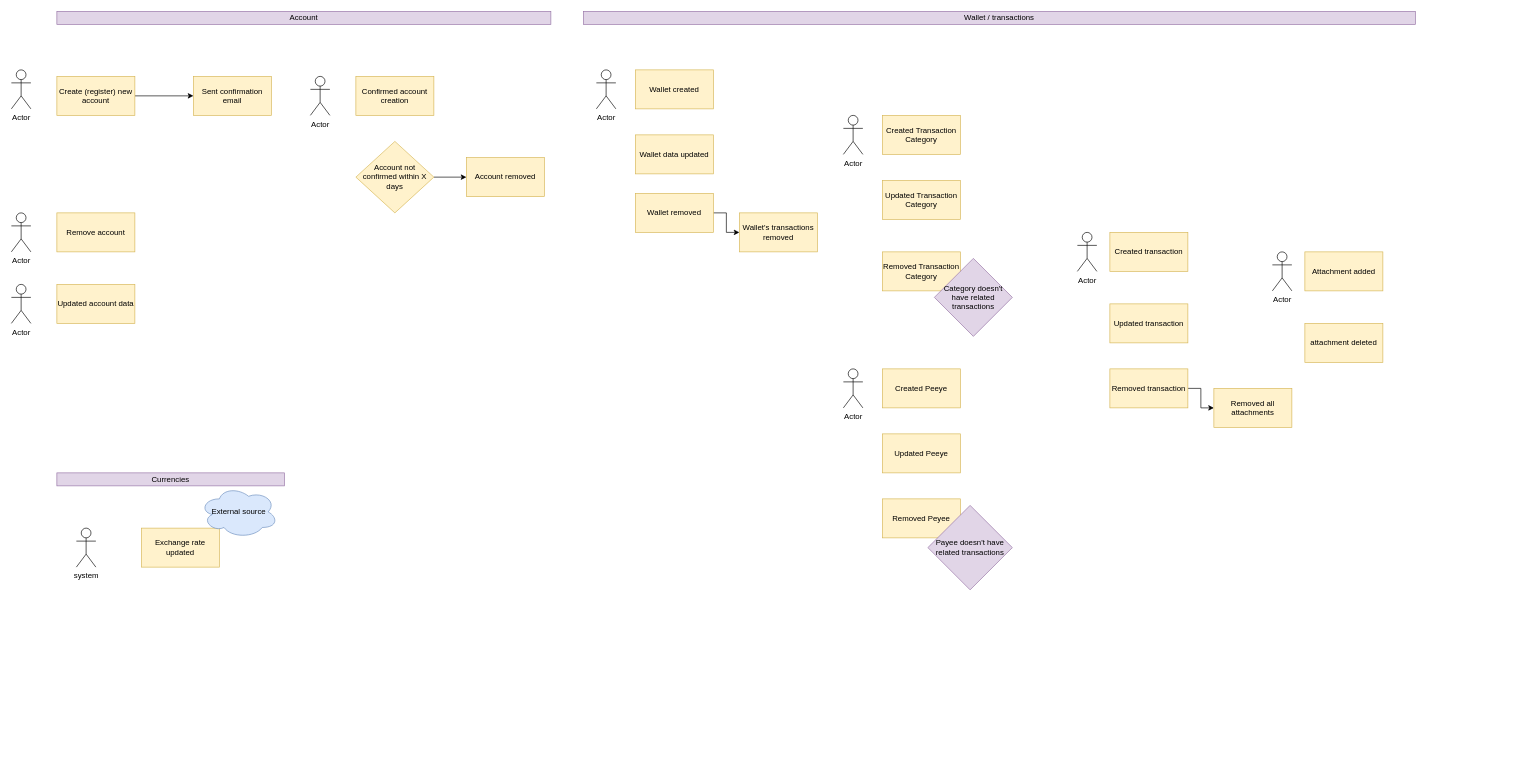
The draw.io diagram page "Features" (2 of 2) of docs/diagrams.drawio in GrPe/Overmoney, before the edit. Source tidied: cells renumbered, new cells numbered last; positions are measured from the earlier drawing's top-left corner, leaving out a move shared by most shapes. Both pictures are drawn from the tidied source at 65%, with x=0, y=0 at pixel (11, 11).
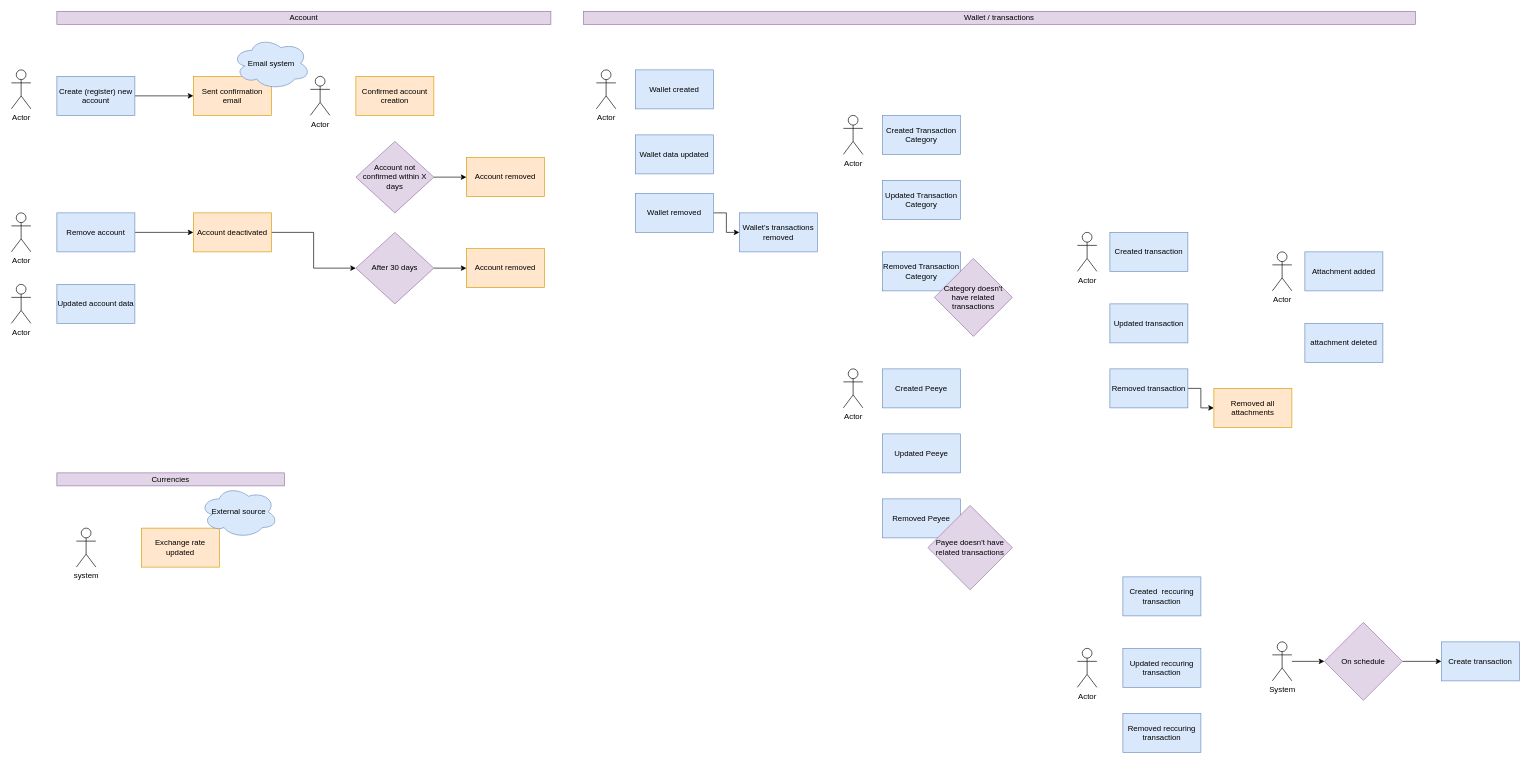
The same page after the edit.

Diff of the diagram source:
```diff
@@
-    <mxCell id="3" value="Create (register) new account" style="rounded=0;whiteSpace=wrap;html=1;fillColor=#fff2cc;strokeColor=#d6b656;" parent="1" vertex="1">
+    <mxCell id="3" value="Create (register) new account" style="rounded=0;whiteSpace=wrap;html=1;fillColor=#dae8fc;strokeColor=#6c8ebf;" parent="1" vertex="1">
       <mxGeometry x="70" y="100" width="120" height="60" as="geometry" />
     </mxCell>
@@
+    <mxCell id="46" style="edgeStyle=orthogonalEdgeStyle;rounded=0;jettySize=auto;html=1;entryX=0;entryY=0.5;entryDx=0;entryDy=0;" parent="1" edge="1" source="5" target="49">
+      <mxGeometry relative="1" as="geometry" />
+    </mxCell>
-    <mxCell id="5" value="Remove account" style="rounded=0;whiteSpace=wrap;html=1;fillColor=#fff2cc;strokeColor=#d6b656;" parent="1" vertex="1">
+    <mxCell id="5" value="Remove account" style="rounded=0;whiteSpace=wrap;html=1;fillColor=#dae8fc;strokeColor=#6c8ebf;" parent="1" vertex="1">
       <mxGeometry x="70" y="310" width="120" height="60" as="geometry" />
     </mxCell>
-    <mxCell id="6" value="Sent confirmation email" style="rounded=0;whiteSpace=wrap;html=1;fillColor=#fff2cc;strokeColor=#d6b656;" parent="1" vertex="1">
+    <mxCell id="6" value="Sent confirmation email" style="rounded=0;whiteSpace=wrap;html=1;fillColor=#ffe6cc;strokeColor=#d79b00;" parent="1" vertex="1">
       <mxGeometry x="280" y="100" width="120" height="60" as="geometry" />
     </mxCell>
-    <mxCell id="7" value="Confirmed account creation" style="rounded=0;whiteSpace=wrap;html=1;fillColor=#fff2cc;strokeColor=#d6b656;" parent="1" vertex="1">
+    <mxCell id="7" value="Confirmed account creation" style="rounded=0;whiteSpace=wrap;html=1;fillColor=#ffe6cc;strokeColor=#d79b00;" parent="1" vertex="1">
       <mxGeometry x="530" y="100" width="120" height="60" as="geometry" />
     </mxCell>
@@
-    <mxCell id="9" value="Account removed" style="rounded=0;whiteSpace=wrap;html=1;fillColor=#fff2cc;strokeColor=#d6b656;" parent="1" vertex="1">
+    <mxCell id="9" value="Account removed" style="rounded=0;whiteSpace=wrap;html=1;fillColor=#ffe6cc;strokeColor=#d79b00;" parent="1" vertex="1">
       <mxGeometry x="700" y="225" width="120" height="60" as="geometry" />
     </mxCell>
-    <mxCell id="10" value="Updated account data" style="rounded=0;whiteSpace=wrap;html=1;fillColor=#fff2cc;strokeColor=#d6b656;" parent="1" vertex="1">
+    <mxCell id="10" value="Updated account data" style="rounded=0;whiteSpace=wrap;html=1;fillColor=#dae8fc;strokeColor=#6c8ebf;" parent="1" vertex="1">
       <mxGeometry x="70" y="420" width="120" height="60" as="geometry" />
     </mxCell>
@@
-    <mxCell id="13" value="Account not confirmed within X days" style="rhombus;whiteSpace=wrap;html=1;fillColor=#fff2cc;strokeColor=#d6b656;" parent="1" vertex="1">
+    <mxCell id="13" value="Account not confirmed within X days" style="rhombus;whiteSpace=wrap;html=1;fillColor=#e1d5e7;strokeColor=#9673a6;" parent="1" vertex="1">
       <mxGeometry x="530" y="200" width="120" height="110" as="geometry" />
     </mxCell>
@@
-    <mxCell id="16" value="Wallet created" style="rounded=0;whiteSpace=wrap;html=1;fillColor=#fff2cc;strokeColor=#d6b656;" parent="1" vertex="1">
+    <mxCell id="16" value="Wallet created" style="rounded=0;whiteSpace=wrap;html=1;fillColor=#dae8fc;strokeColor=#6c8ebf;" parent="1" vertex="1">
       <mxGeometry x="960" y="90" width="120" height="60" as="geometry" />
     </mxCell>
@@
-    <mxCell id="19" value="Wallet removed" style="rounded=0;whiteSpace=wrap;html=1;fillColor=#fff2cc;strokeColor=#d6b656;" parent="1" vertex="1">
+    <mxCell id="19" value="Wallet removed" style="rounded=0;whiteSpace=wrap;html=1;fillColor=#dae8fc;strokeColor=#6c8ebf;" parent="1" vertex="1">
       <mxGeometry x="960" y="280" width="120" height="60" as="geometry" />
     </mxCell>
-    <mxCell id="20" value="Wallet data updated" style="rounded=0;whiteSpace=wrap;html=1;fillColor=#fff2cc;strokeColor=#d6b656;" parent="1" vertex="1">
+    <mxCell id="20" value="Wallet data updated" style="rounded=0;whiteSpace=wrap;html=1;fillColor=#dae8fc;strokeColor=#6c8ebf;" parent="1" vertex="1">
       <mxGeometry x="960" y="190" width="120" height="60" as="geometry" />
     </mxCell>
@@
-    <mxCell id="22" value="Created transaction" style="rounded=0;whiteSpace=wrap;html=1;fillColor=#fff2cc;strokeColor=#d6b656;" parent="1" vertex="1">
+    <mxCell id="22" value="Created transaction" style="rounded=0;whiteSpace=wrap;html=1;fillColor=#dae8fc;strokeColor=#6c8ebf;" parent="1" vertex="1">
       <mxGeometry x="1690" y="340" width="120" height="60" as="geometry" />
     </mxCell>
-    <mxCell id="23" value="Updated transaction" style="rounded=0;whiteSpace=wrap;html=1;fillColor=#fff2cc;strokeColor=#d6b656;" parent="1" vertex="1">
+    <mxCell id="23" value="Updated transaction" style="rounded=0;whiteSpace=wrap;html=1;fillColor=#dae8fc;strokeColor=#6c8ebf;" parent="1" vertex="1">
       <mxGeometry x="1690" y="450" width="120" height="60" as="geometry" />
     </mxCell>
@@
-    <mxCell id="25" value="Removed transaction" style="rounded=0;whiteSpace=wrap;html=1;fillColor=#fff2cc;strokeColor=#d6b656;" parent="1" vertex="1">
+    <mxCell id="25" value="Removed transaction" style="rounded=0;whiteSpace=wrap;html=1;fillColor=#dae8fc;strokeColor=#6c8ebf;" parent="1" vertex="1">
       <mxGeometry x="1690" y="550" width="120" height="60" as="geometry" />
     </mxCell>
@@
-    <mxCell id="28" value="Created Transaction Category" style="rounded=0;whiteSpace=wrap;html=1;fillColor=#fff2cc;strokeColor=#d6b656;" parent="1" vertex="1">
+    <mxCell id="28" value="Created Transaction Category" style="rounded=0;whiteSpace=wrap;html=1;fillColor=#dae8fc;strokeColor=#6c8ebf;" parent="1" vertex="1">
       <mxGeometry x="1340" y="160" width="120" height="60" as="geometry" />
     </mxCell>
-    <mxCell id="29" value="Updated Transaction Category" style="rounded=0;whiteSpace=wrap;html=1;fillColor=#fff2cc;strokeColor=#d6b656;" parent="1" vertex="1">
+    <mxCell id="29" value="Updated Transaction Category" style="rounded=0;whiteSpace=wrap;html=1;fillColor=#dae8fc;strokeColor=#6c8ebf;" parent="1" vertex="1">
       <mxGeometry x="1340" y="260" width="120" height="60" as="geometry" />
     </mxCell>
-    <mxCell id="30" value="Removed Transaction Category" style="rounded=0;whiteSpace=wrap;html=1;fillColor=#fff2cc;strokeColor=#d6b656;" parent="1" vertex="1">
+    <mxCell id="30" value="Removed Transaction Category" style="rounded=0;whiteSpace=wrap;html=1;fillColor=#dae8fc;strokeColor=#6c8ebf;" parent="1" vertex="1">
       <mxGeometry x="1340" y="370" width="120" height="60" as="geometry" />
     </mxCell>
@@
-    <mxCell id="32" value="Created Peeye" style="rounded=0;whiteSpace=wrap;html=1;fillColor=#fff2cc;strokeColor=#d6b656;" parent="1" vertex="1">
+    <mxCell id="32" value="Created Peeye" style="rounded=0;whiteSpace=wrap;html=1;fillColor=#dae8fc;strokeColor=#6c8ebf;" parent="1" vertex="1">
       <mxGeometry x="1340" y="550" width="120" height="60" as="geometry" />
     </mxCell>
-    <mxCell id="33" value="Updated Peeye" style="rounded=0;whiteSpace=wrap;html=1;fillColor=#fff2cc;strokeColor=#d6b656;" parent="1" vertex="1">
+    <mxCell id="33" value="Updated Peeye" style="rounded=0;whiteSpace=wrap;html=1;fillColor=#dae8fc;strokeColor=#6c8ebf;" parent="1" vertex="1">
       <mxGeometry x="1340" y="650" width="120" height="60" as="geometry" />
     </mxCell>
-    <mxCell id="34" value="Removed Peyee" style="rounded=0;whiteSpace=wrap;html=1;fillColor=#fff2cc;strokeColor=#d6b656;" parent="1" vertex="1">
+    <mxCell id="34" value="Removed Peyee" style="rounded=0;whiteSpace=wrap;html=1;fillColor=#dae8fc;strokeColor=#6c8ebf;" parent="1" vertex="1">
       <mxGeometry x="1340" y="750" width="120" height="60" as="geometry" />
     </mxCell>
@@
-    <mxCell id="37" value="Attachment added" style="rounded=0;whiteSpace=wrap;html=1;fillColor=#fff2cc;strokeColor=#d6b656;" parent="1" vertex="1">
+    <mxCell id="37" value="Attachment added" style="rounded=0;whiteSpace=wrap;html=1;fillColor=#dae8fc;strokeColor=#6c8ebf;" parent="1" vertex="1">
       <mxGeometry x="1990" y="370" width="120" height="60" as="geometry" />
     </mxCell>
-    <mxCell id="38" value="attachment deleted" style="rounded=0;whiteSpace=wrap;html=1;fillColor=#fff2cc;strokeColor=#d6b656;" parent="1" vertex="1">
+    <mxCell id="38" value="attachment deleted" style="rounded=0;whiteSpace=wrap;html=1;fillColor=#dae8fc;strokeColor=#6c8ebf;" parent="1" vertex="1">
       <mxGeometry x="1990" y="480" width="120" height="60" as="geometry" />
     </mxCell>
@@
-    <mxCell id="40" value="Removed all attachments" style="rounded=0;whiteSpace=wrap;html=1;fillColor=#fff2cc;strokeColor=#d6b656;" parent="1" vertex="1">
+    <mxCell id="40" value="Removed all attachments" style="rounded=0;whiteSpace=wrap;html=1;fillColor=#ffe6cc;strokeColor=#d79b00;" parent="1" vertex="1">
       <mxGeometry x="1850" y="580" width="120" height="60" as="geometry" />
     </mxCell>
-    <mxCell id="41" value="Wallet's transactions removed" style="rounded=0;whiteSpace=wrap;html=1;fillColor=#fff2cc;strokeColor=#d6b656;" parent="1" vertex="1">
+    <mxCell id="41" value="Wallet's transactions removed" style="rounded=0;whiteSpace=wrap;html=1;fillColor=#dae8fc;strokeColor=#6c8ebf;" parent="1" vertex="1">
       <mxGeometry x="1120" y="310" width="120" height="60" as="geometry" />
     </mxCell>
@@
-    <mxCell id="44" value="Exchange rate updated" style="rounded=0;whiteSpace=wrap;html=1;fillColor=#fff2cc;strokeColor=#d6b656;" parent="1" vertex="1">
+    <mxCell id="44" value="Exchange rate updated" style="rounded=0;whiteSpace=wrap;html=1;fillColor=#ffe6cc;strokeColor=#d79b00;" parent="1" vertex="1">
       <mxGeometry x="200" y="795" width="120" height="60" as="geometry" />
     </mxCell>
@@
+    <mxCell id="47" value="Email system" style="ellipse;shape=cloud;whiteSpace=wrap;html=1;fillColor=#dae8fc;strokeColor=#6c8ebf;" parent="1" vertex="1">
+      <mxGeometry x="340" y="40" width="120" height="80" as="geometry" />
+    </mxCell>
+    <mxCell id="48" style="edgeStyle=orthogonalEdgeStyle;rounded=0;jettySize=auto;html=1;" parent="1" edge="1" source="49" target="51">
+      <mxGeometry relative="1" as="geometry" />
+    </mxCell>
+    <mxCell id="49" value="Account deactivated" style="rounded=0;whiteSpace=wrap;html=1;fillColor=#ffe6cc;strokeColor=#d79b00;" parent="1" vertex="1">
+      <mxGeometry x="280" y="310" width="120" height="60" as="geometry" />
+    </mxCell>
+    <mxCell id="50" style="edgeStyle=orthogonalEdgeStyle;rounded=0;jettySize=auto;html=1;" parent="1" edge="1" source="51" target="52">
+      <mxGeometry relative="1" as="geometry" />
+    </mxCell>
+    <mxCell id="51" value="After 30 days" style="rhombus;whiteSpace=wrap;html=1;fillColor=#e1d5e7;strokeColor=#9673a6;" parent="1" vertex="1">
+      <mxGeometry x="530" y="340" width="120" height="110" as="geometry" />
+    </mxCell>
+    <mxCell id="52" value="Account removed" style="rounded=0;whiteSpace=wrap;html=1;fillColor=#ffe6cc;strokeColor=#d79b00;" parent="1" vertex="1">
+      <mxGeometry x="700" y="365" width="120" height="60" as="geometry" />
+    </mxCell>
+    <mxCell id="53" value="Actor" style="shape=umlActor;verticalLabelPosition=bottom;verticalAlign=top;html=1;" parent="1" vertex="1">
+      <mxGeometry x="1640" y="980" width="30" height="60" as="geometry" />
+    </mxCell>
+    <mxCell id="54" value="Created&amp;nbsp; reccuring transaction" style="rounded=0;whiteSpace=wrap;html=1;fillColor=#dae8fc;strokeColor=#6c8ebf;" parent="1" vertex="1">
+      <mxGeometry x="1710" y="870" width="120" height="60" as="geometry" />
+    </mxCell>
+    <mxCell id="55" value="Updated reccuring transaction" style="rounded=0;whiteSpace=wrap;html=1;fillColor=#dae8fc;strokeColor=#6c8ebf;" parent="1" vertex="1">
+      <mxGeometry x="1710" y="980" width="120" height="60" as="geometry" />
+    </mxCell>
+    <mxCell id="56" value="Removed reccuring transaction" style="rounded=0;whiteSpace=wrap;html=1;fillColor=#dae8fc;strokeColor=#6c8ebf;" parent="1" vertex="1">
+      <mxGeometry x="1710" y="1080" width="120" height="60" as="geometry" />
+    </mxCell>
+    <mxCell id="57" style="edgeStyle=orthogonalEdgeStyle;rounded=0;jettySize=auto;html=1;" parent="1" edge="1" source="58" target="59">
+      <mxGeometry relative="1" as="geometry" />
+    </mxCell>
+    <mxCell id="58" value="On schedule" style="rhombus;whiteSpace=wrap;html=1;fillColor=#e1d5e7;strokeColor=#9673a6;" parent="1" vertex="1">
+      <mxGeometry x="2020" y="940" width="120" height="120" as="geometry" />
+    </mxCell>
+    <mxCell id="59" value="Create transaction" style="rounded=0;whiteSpace=wrap;html=1;fillColor=#dae8fc;strokeColor=#6c8ebf;" parent="1" vertex="1">
+      <mxGeometry x="2200" y="970" width="120" height="60" as="geometry" />
+    </mxCell>
+    <mxCell id="60" style="edgeStyle=orthogonalEdgeStyle;rounded=0;jettySize=auto;html=1;entryX=0;entryY=0.5;entryDx=0;entryDy=0;" parent="1" edge="1" source="61" target="58">
+      <mxGeometry relative="1" as="geometry" />
+    </mxCell>
+    <mxCell id="61" value="System" style="shape=umlActor;verticalLabelPosition=bottom;verticalAlign=top;html=1;outlineConnect=0;" parent="1" vertex="1">
+      <mxGeometry x="1940" y="970" width="30" height="60" as="geometry" />
+    </mxCell>
```
